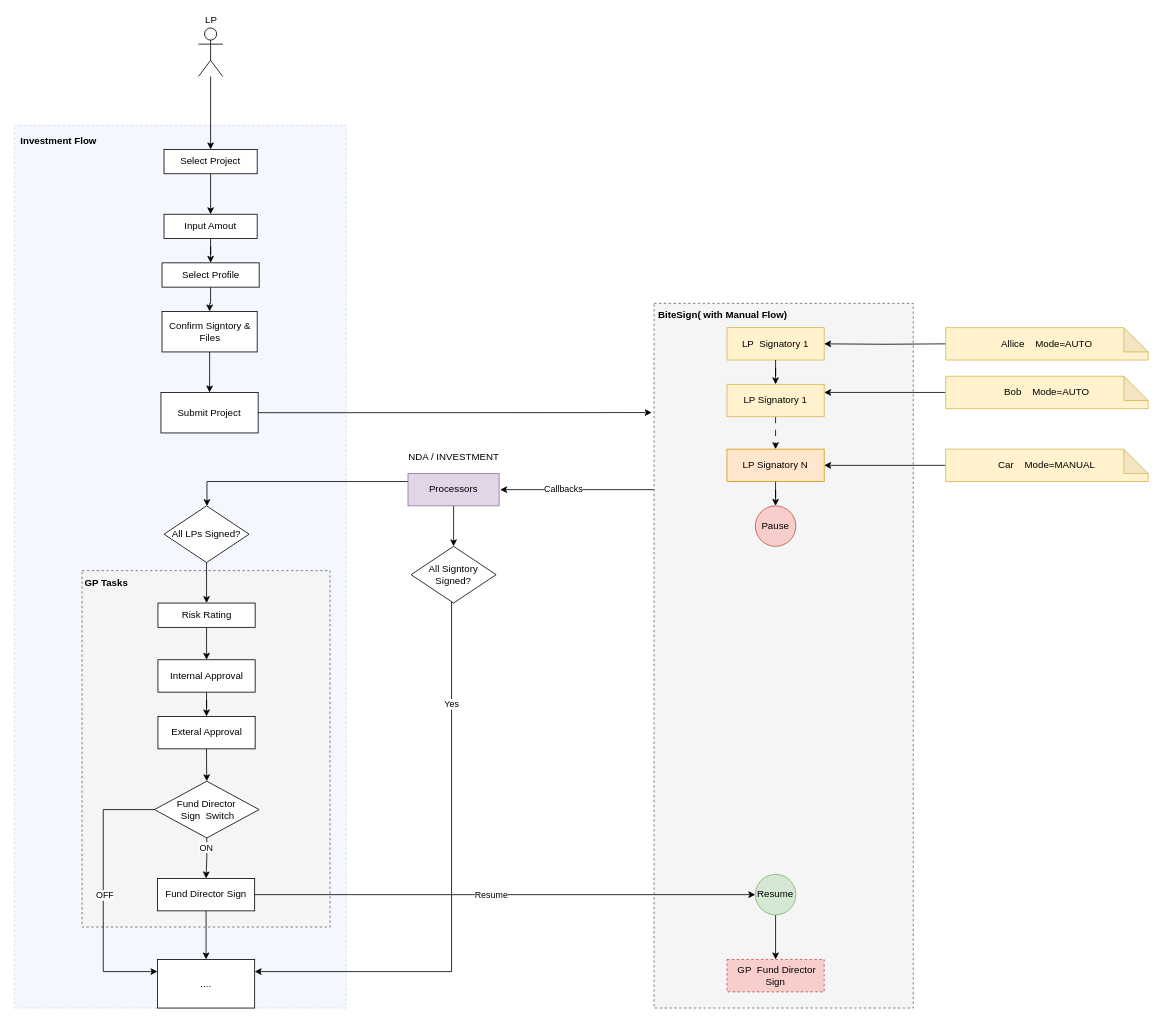
Above: Untitled Diagram.drawio in fast-dev/fast-dev.github.io (draw.io), before the change. Source tidied: cells renumbered, new cells numbered last; positions are measured from the earlier drawing's top-left corner, leaving out a move shared by most shapes. Both pictures are drawn from the tidied source at 81%, with x=0, y=0 at pixel (14, 28).
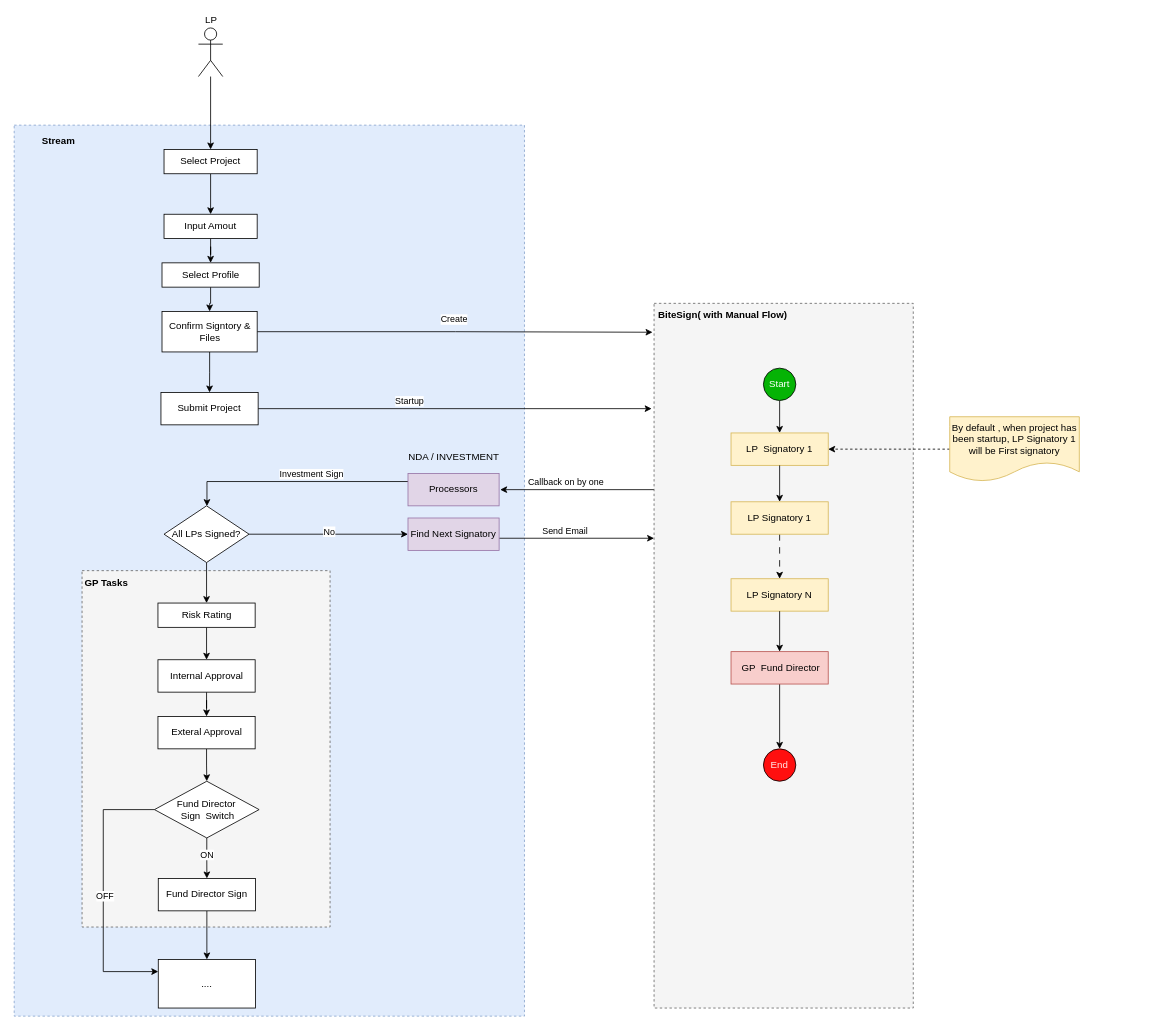
Above is the later version.

Unchanged cells that the change refers to:
```xml
<mxCell id="12" value="Confirm Signtory &amp;amp; Files" style="rounded=0;whiteSpace=wrap;html=1;" parent="1" vertex="1">
  <mxGeometry x="182.5" y="350" width="117.5" height="50" as="geometry" />
</mxCell>
<mxCell id="15" style="edgeStyle=orthogonalEdgeStyle;rounded=0;jettySize=auto;html=1;" parent="1" edge="1" source="17">
  <mxGeometry relative="1" as="geometry">
    <mxPoint x="600" y="570" as="targetPoint" />
    <Array as="points">
      <mxPoint x="720" y="570" />
      <mxPoint x="720" y="570" />
    </Array>
  </mxGeometry>
</mxCell>
<mxCell id="17" style="rounded=0;whiteSpace=wrap;html=1;dashed=1;fillColor=#f5f5f5;fontColor=#333333;strokeColor=#666666;" parent="1" vertex="1">
  <mxGeometry x="790" y="340" width="320" height="870" as="geometry" />
</mxCell>
<mxCell id="31" style="edgeStyle=orthogonalEdgeStyle;rounded=0;jettySize=auto;html=1;" parent="1" edge="1" source="35" target="30">
  <mxGeometry relative="1" as="geometry" />
</mxCell>
<mxCell id="38" style="edgeStyle=orthogonalEdgeStyle;rounded=0;jettySize=auto;html=1;" parent="1" edge="1" source="40" target="46">
  <mxGeometry relative="1" as="geometry">
    <Array as="points">
      <mxPoint x="238" y="560" />
    </Array>
  </mxGeometry>
</mxCell>
<mxCell id="40" value="Processors" style="rounded=0;whiteSpace=wrap;html=1;fillColor=#e1d5e7;strokeColor=#9673a6;" parent="1" vertex="1">
  <mxGeometry x="486.2" y="550" width="112.5" height="40" as="geometry" />
</mxCell>
<mxCell id="46" value="All LPs Signed?" style="rhombus;whiteSpace=wrap;html=1;" parent="1" vertex="1">
  <mxGeometry x="185" y="590" width="105" height="70" as="geometry" />
</mxCell>
```

The edit, as a diff of the source:
```diff
@@
-    <mxCell id="2" style="rounded=0;whiteSpace=wrap;html=1;dashed=1;fillColor=#dae8fc;strokeColor=#6c8ebf;opacity=30;" parent="1" vertex="1">
-      <mxGeometry y="120" width="410" height="1090" as="geometry" />
+    <mxCell id="2" style="rounded=0;whiteSpace=wrap;html=1;dashed=1;fillColor=#dae8fc;strokeColor=#6c8ebf;opacity=80;" parent="1" vertex="1">
+      <mxGeometry y="120" width="630" height="1100" as="geometry" />
     </mxCell>
@@
-    <mxCell id="8" value="Investment Flow" style="text;html=1;strokeColor=none;fillColor=none;align=center;verticalAlign=middle;whiteSpace=wrap;rounded=0;fontStyle=1;" parent="1" vertex="1">
+    <mxCell id="8" value="Stream" style="text;html=1;strokeColor=none;fillColor=none;align=center;verticalAlign=middle;whiteSpace=wrap;rounded=0;fontStyle=1;" parent="1" vertex="1">
       <mxGeometry y="120" width="110" height="40" as="geometry" />
     </mxCell>
@@
+    <mxCell id="63" style="edgeStyle=orthogonalEdgeStyle;rounded=0;jettySize=auto;html=1;entryX=-0.006;entryY=0.041;entryDx=0;entryDy=0;entryPerimeter=0;" parent="1" edge="1" source="12" target="17">
+      <mxGeometry relative="1" as="geometry" />
+    </mxCell>
+    <mxCell id="64" value="Create" style="edgeLabel;html=1;align=center;verticalAlign=middle;" parent="63" vertex="1">
+      <mxGeometry x="0.05" y="4" relative="1" as="geometry">
+        <mxPoint x="-14" y="-12" as="offset" />
+      </mxGeometry>
+    </mxCell>
@@
-    <mxCell id="13" style="edgeStyle=orthogonalEdgeStyle;rounded=0;jettySize=auto;html=1;entryX=-0.009;entryY=0.155;entryDx=0;entryDy=0;entryPerimeter=0;" parent="1" edge="1" source="14" target="17">
-      <mxGeometry relative="1" as="geometry" />
+    <mxCell id="13" style="edgeStyle=orthogonalEdgeStyle;rounded=0;jettySize=auto;html=1;" parent="1" edge="1" source="14">
+      <mxGeometry relative="1" as="geometry">
+        <mxPoint x="787" y="470" as="targetPoint" />
+        <Array as="points">
+          <mxPoint x="787" y="470" />
+        </Array>
+      </mxGeometry>
     </mxCell>
+    <mxCell id="65" value="Startup" style="edgeLabel;html=1;align=center;verticalAlign=middle;" parent="13" vertex="1">
+      <mxGeometry x="-0.28" y="-3" relative="1" as="geometry">
+        <mxPoint x="11" y="-13" as="offset" />
+      </mxGeometry>
+    </mxCell>
     <mxCell id="14" value="Submit Project" style="rounded=0;whiteSpace=wrap;html=1;" parent="1" vertex="1">
-      <mxGeometry x="181.2" y="450" width="120" height="50" as="geometry" />
+      <mxGeometry x="181.2" y="450" width="120" height="40" as="geometry" />
     </mxCell>
@@
-    <mxCell id="16" value="Callbacks" style="edgeLabel;html=1;align=center;verticalAlign=middle;" parent="15" vertex="1">
-      <mxGeometry x="0.19" y="-1" relative="1" as="geometry" />
+    <mxCell id="16" value="Callback on by one" style="edgeLabel;html=1;align=center;verticalAlign=middle;" parent="15" vertex="1">
+      <mxGeometry x="0.19" y="-1" relative="1" as="geometry">
+        <mxPoint x="3" y="-9" as="offset" />
+      </mxGeometry>
     </mxCell>
@@
     <mxCell id="19" style="edgeStyle=orthogonalEdgeStyle;rounded=0;jettySize=auto;html=1;dashed=1;dashPattern=8 8;" parent="1" edge="1" source="42" target="21">
       <mxGeometry relative="1" as="geometry">
         <Array as="points">
-          <mxPoint x="940" y="490" />
-          <mxPoint x="940" y="490" />
+          <mxPoint x="945" y="620" />
+          <mxPoint x="945" y="620" />
         </Array>
       </mxGeometry>
     </mxCell>
     <mxCell id="20" value="LP&amp;nbsp; Signatory&amp;nbsp;1" style="rounded=0;whiteSpace=wrap;html=1;fillColor=#fff2cc;strokeColor=#d6b656;" parent="1" vertex="1">
-      <mxGeometry x="880" y="370" width="120" height="40" as="geometry" />
+      <mxGeometry x="885" y="500" width="120" height="40" as="geometry" />
     </mxCell>
-    <mxCell id="21" value="LP Signatory&amp;nbsp;N" style="rounded=0;whiteSpace=wrap;html=1;fillColor=#ffe6cc;strokeColor=#d79b00;" parent="1" vertex="1">
-      <mxGeometry x="880" y="520" width="120" height="40" as="geometry" />
+    <mxCell id="21" value="LP Signatory&amp;nbsp;N" style="rounded=0;whiteSpace=wrap;html=1;fillColor=#fff2cc;strokeColor=#d6b656;" parent="1" vertex="1">
+      <mxGeometry x="885" y="680" width="120" height="40" as="geometry" />
     </mxCell>
@@
     <mxCell id="30" value="Fund Director Sign" style="rounded=0;whiteSpace=wrap;html=1;" parent="1" vertex="1">
-      <mxGeometry x="176.9" y="1050" width="120" height="40" as="geometry" />
+      <mxGeometry x="177.9" y="1050" width="120" height="40" as="geometry" />
     </mxCell>
@@
     <mxCell id="32" value="ON" style="edgeLabel;html=1;align=center;verticalAlign=middle;" parent="31" vertex="1">
-      <mxGeometry x="-0.55" y="-1" relative="1" as="geometry" />
+      <mxGeometry x="-0.55" y="-1" relative="1" as="geometry">
+        <mxPoint x="1" y="9" as="offset" />
+      </mxGeometry>
     </mxCell>
@@
     <mxCell id="36" value="...." style="rounded=0;whiteSpace=wrap;html=1;" parent="1" vertex="1">
-      <mxGeometry x="176.9" y="1150" width="120" height="60" as="geometry" />
+      <mxGeometry x="177.9" y="1150" width="120" height="60" as="geometry" />
     </mxCell>
+    <mxCell id="66" style="edgeStyle=orthogonalEdgeStyle;rounded=0;jettySize=auto;html=1;" parent="1" edge="1" source="37" target="77">
+      <mxGeometry relative="1" as="geometry" />
+    </mxCell>
-    <mxCell id="37" value="&amp;nbsp;GP&amp;nbsp; Fund Director Sign" style="rounded=0;whiteSpace=wrap;html=1;fillColor=#f8cecc;strokeColor=#b85450;dashed=1;" parent="1" vertex="1">
-      <mxGeometry x="880" y="1150" width="120" height="40" as="geometry" />
+    <mxCell id="37" value="&amp;nbsp;GP&amp;nbsp; Fund Director" style="rounded=0;whiteSpace=wrap;html=1;fillColor=#f8cecc;strokeColor=#b85450;" parent="1" vertex="1">
+      <mxGeometry x="885" y="770" width="120" height="40" as="geometry" />
     </mxCell>
@@
-    <mxCell id="39" style="edgeStyle=orthogonalEdgeStyle;rounded=0;jettySize=auto;html=1;entryX=0.5;entryY=0;entryDx=0;entryDy=0;" parent="1" edge="1" source="40" target="57">
-      <mxGeometry relative="1" as="geometry" />
-    </mxCell>
+    <mxCell id="67" value="Investment Sign" style="edgeLabel;html=1;align=center;verticalAlign=middle;" parent="38" vertex="1">
+      <mxGeometry x="-0.14" y="-1" relative="1" as="geometry">
+        <mxPoint y="-9" as="offset" />
+      </mxGeometry>
+    </mxCell>
@@
     <mxCell id="42" value="LP Signatory&amp;nbsp;1" style="rounded=0;whiteSpace=wrap;html=1;fillColor=#fff2cc;strokeColor=#d6b656;" parent="1" vertex="1">
-      <mxGeometry x="880" y="440" width="120" height="40" as="geometry" />
+      <mxGeometry x="885" y="585" width="120" height="40" as="geometry" />
     </mxCell>
-    <mxCell id="43" style="edgeStyle=orthogonalEdgeStyle;rounded=0;jettySize=auto;html=1;" parent="1" edge="1" source="21" target="44">
+    <mxCell id="43" style="edgeStyle=orthogonalEdgeStyle;rounded=0;jettySize=auto;html=1;" parent="1" edge="1" source="21" target="37">
       <mxGeometry relative="1" as="geometry" />
     </mxCell>
-    <mxCell id="44" value="Pause" style="ellipse;whiteSpace=wrap;html=1;fillColor=#f8cecc;strokeColor=#b85450;" parent="1" vertex="1">
-      <mxGeometry x="915" y="590" width="50" height="50" as="geometry" />
-    </mxCell>
@@
+    <mxCell id="68" style="edgeStyle=orthogonalEdgeStyle;rounded=0;jettySize=auto;html=1;" parent="1" edge="1" source="46" target="72">
+      <mxGeometry relative="1" as="geometry" />
+    </mxCell>
+    <mxCell id="69" value="No" style="edgeLabel;html=1;align=center;verticalAlign=middle;" parent="68" vertex="1">
+      <mxGeometry y="4" relative="1" as="geometry" />
+    </mxCell>
@@
-    <mxCell id="49" style="edgeStyle=orthogonalEdgeStyle;rounded=0;jettySize=auto;html=1;" parent="1" edge="1" target="20">
-      <mxGeometry relative="1" as="geometry">
-        <mxPoint x="1150" y="390" as="sourcePoint" />
-      </mxGeometry>
-    </mxCell>
-    <mxCell id="50" style="edgeStyle=orthogonalEdgeStyle;rounded=0;jettySize=auto;html=1;entryX=1;entryY=0.25;entryDx=0;entryDy=0;" parent="1" edge="1" source="51" target="42">
-      <mxGeometry relative="1" as="geometry" />
-    </mxCell>
-    <mxCell id="51" value="Bob&amp;nbsp; &amp;nbsp; Mode=AUTO" style="shape=note;whiteSpace=wrap;html=1;backgroundOutline=1;darkOpacity=0.05;fillColor=#fff2cc;strokeColor=#d6b656;" parent="1" vertex="1">
-      <mxGeometry x="1150" y="430" width="250" height="40" as="geometry" />
-    </mxCell>
-    <mxCell id="52" style="edgeStyle=orthogonalEdgeStyle;rounded=0;jettySize=auto;html=1;" parent="1" edge="1" source="53" target="21">
-      <mxGeometry relative="1" as="geometry" />
-    </mxCell>
-    <mxCell id="53" value="Car&amp;nbsp; &amp;nbsp; Mode=MANUAL" style="shape=note;whiteSpace=wrap;html=1;backgroundOutline=1;darkOpacity=0.05;fillColor=#fff2cc;strokeColor=#d6b656;" parent="1" vertex="1">
-      <mxGeometry x="1150" y="520" width="250" height="40" as="geometry" />
-    </mxCell>
-    <mxCell id="54" value="Allice&amp;nbsp; &amp;nbsp; Mode=AUTO" style="shape=note;whiteSpace=wrap;html=1;backgroundOutline=1;darkOpacity=0.05;fillColor=#fff2cc;strokeColor=#d6b656;" parent="1" vertex="1">
-      <mxGeometry x="1150" y="370" width="250" height="40" as="geometry" />
-    </mxCell>
-    <mxCell id="55" style="edgeStyle=orthogonalEdgeStyle;rounded=0;jettySize=auto;html=1;entryX=1;entryY=0.25;entryDx=0;entryDy=0;" parent="1" edge="1" source="57" target="36">
-      <mxGeometry relative="1" as="geometry">
-        <Array as="points">
-          <mxPoint x="540" y="1165" />
-        </Array>
-      </mxGeometry>
-    </mxCell>
-    <mxCell id="56" value="Yes" style="edgeLabel;html=1;align=center;verticalAlign=middle;" parent="55" vertex="1">
-      <mxGeometry x="-0.64" y="-1" relative="1" as="geometry" />
-    </mxCell>
-    <mxCell id="57" value="All Signtory Signed?" style="rhombus;whiteSpace=wrap;html=1;" parent="1" vertex="1">
-      <mxGeometry x="490" y="640" width="105" height="70" as="geometry" />
-    </mxCell>
@@
-    <mxCell id="59" style="edgeStyle=orthogonalEdgeStyle;rounded=0;jettySize=auto;html=1;" parent="1" edge="1" source="30" target="62">
-      <mxGeometry relative="1" as="geometry">
-        <Array as="points">
-          <mxPoint x="965" y="1070" />
-        </Array>
-      </mxGeometry>
-    </mxCell>
-    <mxCell id="60" value="Resume" style="edgeLabel;html=1;align=center;verticalAlign=middle;" parent="59" vertex="1">
-      <mxGeometry x="-0.25" y="3" relative="1" as="geometry">
-        <mxPoint x="60" y="3" as="offset" />
-      </mxGeometry>
-    </mxCell>
-    <mxCell id="61" style="edgeStyle=orthogonalEdgeStyle;rounded=0;jettySize=auto;html=1;" parent="1" edge="1" source="62" target="37">
-      <mxGeometry relative="1" as="geometry" />
-    </mxCell>
-    <mxCell id="62" value="Resume" style="ellipse;whiteSpace=wrap;html=1;fillColor=#d5e8d4;strokeColor=#82b366;" parent="1" vertex="1">
-      <mxGeometry x="915" y="1045" width="50" height="50" as="geometry" />
-    </mxCell>
+    <mxCell id="70" style="edgeStyle=orthogonalEdgeStyle;rounded=0;jettySize=auto;html=1;" parent="1" edge="1" source="72">
+      <mxGeometry relative="1" as="geometry">
+        <mxPoint x="790" y="630" as="targetPoint" />
+        <Array as="points">
+          <mxPoint x="790" y="630" />
+        </Array>
+      </mxGeometry>
+    </mxCell>
+    <mxCell id="71" value="Send Email" style="edgeLabel;html=1;align=center;verticalAlign=middle;" parent="70" vertex="1">
+      <mxGeometry x="-0.32" y="4" relative="1" as="geometry">
+        <mxPoint x="16" y="-6" as="offset" />
+      </mxGeometry>
+    </mxCell>
+    <mxCell id="72" value="Find Next Signatory" style="rounded=0;whiteSpace=wrap;html=1;fillColor=#e1d5e7;strokeColor=#9673a6;" parent="1" vertex="1">
+      <mxGeometry x="486.2" y="605" width="112.5" height="40" as="geometry" />
+    </mxCell>
+    <mxCell id="73" style="edgeStyle=orthogonalEdgeStyle;rounded=0;jettySize=auto;html=1;dashed=1;" parent="1" edge="1" source="74" target="20">
+      <mxGeometry relative="1" as="geometry" />
+    </mxCell>
+    <mxCell id="74" value="By default , when project has been startup, LP Signatory 1 will be&amp;nbsp;First signatory" style="shape=document;whiteSpace=wrap;html=1;boundedLbl=1;fillColor=#fff2cc;strokeColor=#d6b656;" parent="1" vertex="1">
+      <mxGeometry x="1155" y="480" width="160" height="80" as="geometry" />
+    </mxCell>
+    <mxCell id="75" style="edgeStyle=orthogonalEdgeStyle;rounded=0;jettySize=auto;html=1;" parent="1" edge="1" source="76" target="20">
+      <mxGeometry relative="1" as="geometry" />
+    </mxCell>
+    <mxCell id="76" value="Start" style="ellipse;whiteSpace=wrap;html=1;fillColor=#05B305;fontColor=#FFFFFF;" parent="1" vertex="1">
+      <mxGeometry x="925" y="420" width="40" height="40" as="geometry" />
+    </mxCell>
+    <mxCell id="77" value="End" style="ellipse;whiteSpace=wrap;html=1;fillColor=#FF0F0F;fontColor=#FFEAE8;" parent="1" vertex="1">
+      <mxGeometry x="925" y="890" width="40" height="40" as="geometry" />
+    </mxCell>
```
